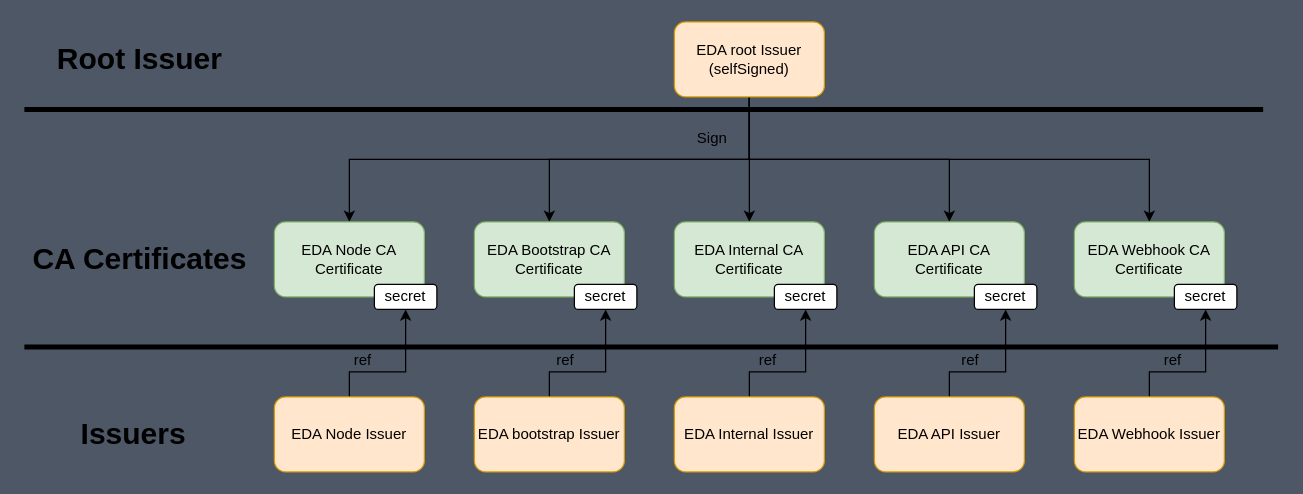
This is page "[0] Issuers" (1 of 2) of eda-tls-issuers.drawio from nokia-eda/docs, a draw.io file, before an edit. Source tidied: cells renumbered, new cells numbered last; positions are measured from the earlier drawing's top-left corner, leaving out a move shared by most shapes. Both pictures are drawn from the tidied source at 125%, with x=0, y=0 at pixel (24, 21).
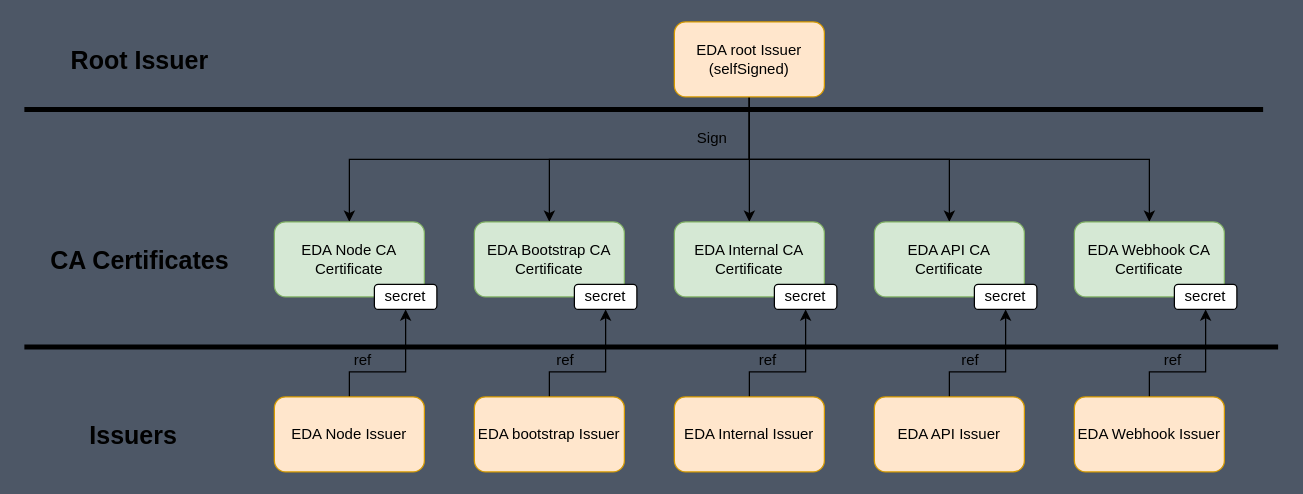
Above is the later version.

Change to the diagram source:
```diff
@@
-    <mxCell id="30" value="Issuers" style="text;html=1;align=center;verticalAlign=middle;strokeColor=none;fillColor=none;fontSize=24;fontStyle=1;" parent="1" vertex="1">
-      <mxGeometry x="37" y="310" width="100" height="40" as="geometry" />
+    <mxCell id="30" value="Issuers" style="text;html=1;align=center;verticalAlign=middle;strokeColor=none;fillColor=none;fontSize=20;fontStyle=1;" parent="1" vertex="1">
+      <mxGeometry x="42" y="310" width="90" height="40" as="geometry" />
     </mxCell>
-    <mxCell id="31" value="CA Certificates" style="text;html=1;align=center;verticalAlign=middle;strokeColor=none;fillColor=none;fontSize=24;fontStyle=1;" parent="1" vertex="1">
-      <mxGeometry x="2" y="170" width="180" height="40" as="geometry" />
+    <mxCell id="31" value="CA Certificates" style="text;html=1;align=center;verticalAlign=middle;strokeColor=none;fillColor=none;fontSize=20;fontStyle=1;" parent="1" vertex="1">
+      <mxGeometry x="12" y="170" width="160" height="40" as="geometry" />
     </mxCell>
@@
-    <mxCell id="33" value="Root Issuer" style="text;html=1;align=center;verticalAlign=middle;strokeColor=none;fillColor=none;fontSize=24;fontStyle=1;" parent="1" vertex="1">
-      <mxGeometry x="17" y="10" width="150" height="40" as="geometry" />
+    <mxCell id="33" value="Root Issuer" style="text;html=1;align=center;verticalAlign=middle;strokeColor=none;fillColor=none;fontSize=20;fontStyle=1;" parent="1" vertex="1">
+      <mxGeometry x="27" y="10" width="130" height="40" as="geometry" />
     </mxCell>
```
